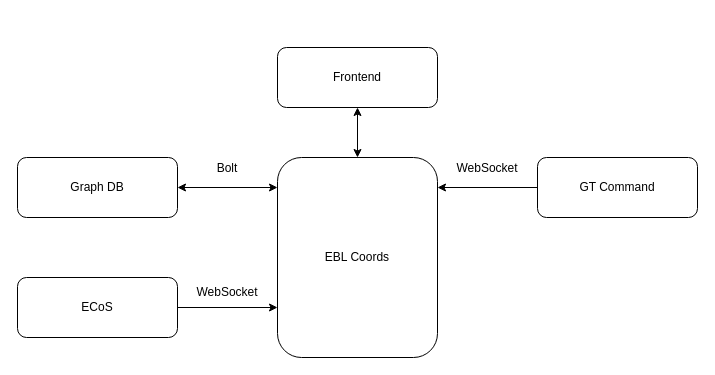
The draw.io diagram structural/structure_ebl_coords.drawio in pascalreiss/draw_io_stuff, before the edit. Source tidied: cells renumbered, new cells numbered last; positions are measured from the earlier drawing's top-left corner, leaving out a move shared by most shapes. Both pictures are drawn from the tidied source at 100%, with x=0, y=0 at pixel (17, 47).
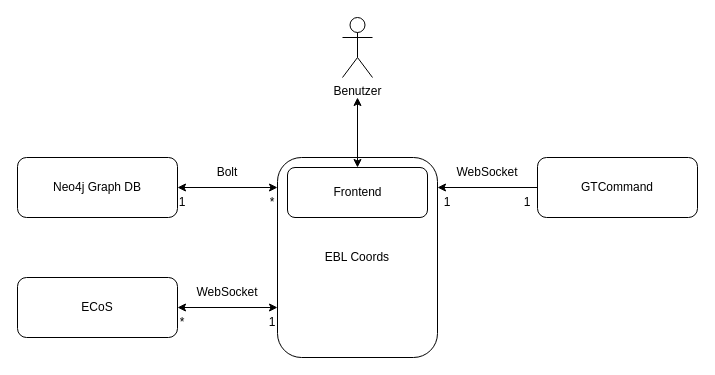
After the change.

Unchanged cells that the change refers to:
```xml
<mxCell id="3" style="rounded=1;whiteSpace=wrap;html=1;" parent="2" vertex="1">
  <mxGeometry width="160" height="60" as="geometry" />
</mxCell>
<mxCell id="17" style="group;" parent="1" vertex="1">
  <mxGeometry x="520" y="110" width="160" height="60" as="geometry" />
</mxCell>
```

What changed in the source:
```diff
@@
+    <mxCell id="20" style="rounded=1;whiteSpace=wrap;html=1;" parent="1" vertex="1">
+      <mxGeometry x="260" y="110" width="160" height="200" as="geometry" />
+    </mxCell>
@@
-    <mxCell id="5" style="endArrow=classic;html=1;rounded=0;exitX=1;exitY=0.5;exitDx=0;exitDy=0;entryX=0;entryY=0.75;entryDx=0;entryDy=0;" parent="1" edge="1" source="3" target="20">
-      <mxGeometry relative="1" as="geometry" />
-    </mxCell>
-    <mxCell id="6" style="endArrow=classic;startArrow=classic;html=1;rounded=0;entryX=0.5;entryY=1;entryDx=0;entryDy=0;exitX=0.5;exitY=0;exitDx=0;exitDy=0;" parent="1" edge="1" source="20" target="11">
-      <mxGeometry relative="1" as="geometry" />
-    </mxCell>
     <mxCell id="7" value="Bolt" style="text;html=1;strokeColor=none;fillColor=none;align=center;verticalAlign=middle;whiteSpace=wrap;rounded=0;" parent="1" vertex="1">
-      <mxGeometry x="180" y="105.5" width="60" height="30" as="geometry" />
+      <mxGeometry x="180" y="110" width="60" height="30" as="geometry" />
     </mxCell>
     <mxCell id="8" value="WebSocket" style="text;html=1;strokeColor=none;fillColor=none;align=center;verticalAlign=middle;whiteSpace=wrap;rounded=0;" parent="1" vertex="1">
-      <mxGeometry x="440" y="105.5" width="60" height="30" as="geometry" />
+      <mxGeometry x="440" y="110" width="60" height="30" as="geometry" />
     </mxCell>
@@
     <mxCell id="10" style="group;" parent="1" vertex="1">
-      <mxGeometry x="260" width="160" height="60" as="geometry" />
+      <mxGeometry x="270" y="120" width="140" height="50" as="geometry" />
     </mxCell>
     <mxCell id="11" style="rounded=1;whiteSpace=wrap;html=1;" parent="10" vertex="1">
-      <mxGeometry width="160" height="60" as="geometry" />
+      <mxGeometry width="140" height="50" as="geometry" />
     </mxCell>
     <mxCell id="12" value="Frontend" style="text;html=1;strokeColor=none;fillColor=none;align=center;verticalAlign=middle;whiteSpace=wrap;rounded=0;" parent="10" vertex="1">
-      <mxGeometry x="60" y="22.5" width="40" height="15" as="geometry" />
+      <mxGeometry x="52.5" y="18.8" width="35" height="12.5" as="geometry" />
     </mxCell>
@@
-    <mxCell id="15" value="Graph DB" style="text;html=1;strokeColor=none;fillColor=none;align=center;verticalAlign=middle;whiteSpace=wrap;rounded=0;" parent="1" vertex="1">
-      <mxGeometry x="50" y="135.5" width="60" height="9" as="geometry" />
+    <mxCell id="15" value="Neo4j Graph DB" style="text;html=1;strokeColor=none;fillColor=none;align=center;verticalAlign=middle;whiteSpace=wrap;rounded=0;" parent="1" vertex="1">
+      <mxGeometry x="30" y="135.5" width="100" height="9" as="geometry" />
     </mxCell>
@@
-    <mxCell id="19" value="GT Command" style="text;html=1;strokeColor=none;fillColor=none;align=center;verticalAlign=middle;whiteSpace=wrap;rounded=0;" parent="17" vertex="1">
+    <mxCell id="19" value="GTCommand" style="text;html=1;strokeColor=none;fillColor=none;align=center;verticalAlign=middle;whiteSpace=wrap;rounded=0;" parent="17" vertex="1">
       <mxGeometry x="30" y="25.5" width="100" height="9" as="geometry" />
     </mxCell>
-    <mxCell id="20" style="rounded=1;whiteSpace=wrap;html=1;" parent="1" vertex="1">
-      <mxGeometry x="260" y="110" width="160" height="200" as="geometry" />
-    </mxCell>
@@
+    <mxCell id="5" style="endArrow=classic;startArrow=classic;html=1;rounded=0;entryX=0;entryY=0.75;entryDx=0;entryDy=0;" parent="1" edge="1" source="3" target="20">
+      <mxGeometry relative="1" as="geometry" />
+    </mxCell>
+    <mxCell id="22" value="Benutzer" style="shape=umlActor;verticalLabelPosition=bottom;verticalAlign=top;html=1;" parent="1" vertex="1">
+      <mxGeometry x="325" y="-30" width="30" height="60" as="geometry" />
+    </mxCell>
+    <mxCell id="23" style="endArrow=classic;startArrow=classic;html=1;rounded=0;entryX=0.5;entryY=0;entryDx=0;entryDy=0;" parent="1" edge="1" target="11">
+      <mxGeometry relative="1" as="geometry">
+        <mxPoint x="340" y="50" as="sourcePoint" />
+      </mxGeometry>
+    </mxCell>
+    <mxCell id="24" value="1" style="text;html=1;align=center;verticalAlign=middle;whiteSpace=wrap;rounded=0;" parent="1" vertex="1">
+      <mxGeometry x="150" y="140" width="30" height="30" as="geometry" />
+    </mxCell>
+    <mxCell id="25" value="*" style="text;html=1;align=center;verticalAlign=middle;whiteSpace=wrap;rounded=0;" parent="1" vertex="1">
+      <mxGeometry x="240" y="140" width="30" height="30" as="geometry" />
+    </mxCell>
+    <mxCell id="26" value="1" style="text;html=1;align=center;verticalAlign=middle;whiteSpace=wrap;rounded=0;" parent="1" vertex="1">
+      <mxGeometry x="420" y="140" width="20" height="30" as="geometry" />
+    </mxCell>
+    <mxCell id="27" value="1" style="text;html=1;align=center;verticalAlign=middle;whiteSpace=wrap;rounded=0;" parent="1" vertex="1">
+      <mxGeometry x="500" y="140" width="20" height="30" as="geometry" />
+    </mxCell>
+    <mxCell id="28" value="1" style="text;html=1;align=center;verticalAlign=middle;whiteSpace=wrap;rounded=0;" parent="1" vertex="1">
+      <mxGeometry x="240" y="260" width="30" height="30" as="geometry" />
+    </mxCell>
+    <mxCell id="29" value="*" style="text;html=1;align=center;verticalAlign=middle;whiteSpace=wrap;rounded=0;" parent="1" vertex="1">
+      <mxGeometry x="150" y="260" width="30" height="30" as="geometry" />
+    </mxCell>
```
